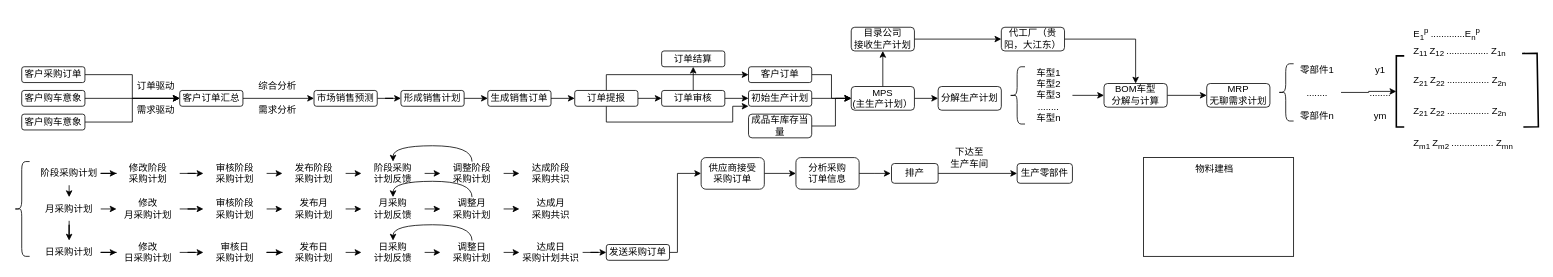
Earlier version of the draw.io diagram mes+erp.drawio (yudar1024/drawio). Source tidied: cells renumbered, new cells numbered last; positions are measured from the earlier drawing's top-left corner, leaving out a move shared by most shapes. Both pictures are drawn from the tidied source at 79%, with x=0, y=0 at pixel (13, 13).
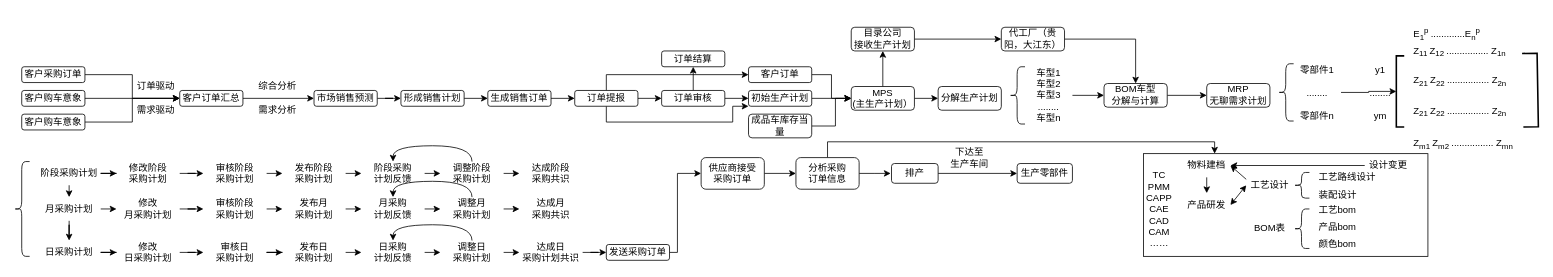
After the change.

The change refers to these unchanged cells:
```xml
<mxCell id="111" value="分析采购&lt;br&gt;订单信息" style="rounded=1;whiteSpace=wrap;html=1;fontSize=12;glass=0;strokeWidth=1;shadow=0;" parent="1" vertex="1">
  <mxGeometry x="990" y="182" width="80" height="40" as="geometry" />
</mxCell>
```

Change to the diagram source:
```diff
@@
+    <mxCell id="118" style="edgeStyle=orthogonalEdgeStyle;rounded=0;jettySize=auto;html=1;exitX=0.5;exitY=0;exitDx=0;exitDy=0;entryX=0.25;entryY=0;entryDx=0;entryDy=0;" parent="1" edge="1" source="111" target="116">
+      <mxGeometry relative="1" as="geometry" />
+    </mxCell>
@@
     <mxCell id="116" style="rounded=0;whiteSpace=wrap;html=1;" parent="1" vertex="1">
-      <mxGeometry x="1430" y="182" width="190" height="125" as="geometry" />
+      <mxGeometry x="1430" y="177" width="360" height="130" as="geometry" />
     </mxCell>
+    <mxCell id="119" style="edgeStyle=orthogonalEdgeStyle;rounded=0;jettySize=auto;html=1;exitX=0.5;exitY=1;exitDx=0;exitDy=0;entryX=0.5;entryY=0;entryDx=0;entryDy=0;" parent="1" edge="1" source="117" target="121">
+      <mxGeometry relative="1" as="geometry" />
+    </mxCell>
     <mxCell id="117" value="物料建档" style="text;html=1;strokeColor=none;fillColor=none;align=center;verticalAlign=middle;whiteSpace=wrap;rounded=0;" parent="1" vertex="1">
-      <mxGeometry x="1490" y="182" width="60" height="30" as="geometry" />
+      <mxGeometry x="1480" y="177" width="60" height="30" as="geometry" />
     </mxCell>
+    <mxCell id="120" value="TC&lt;br&gt;PMM&lt;br&gt;CAPP&lt;br&gt;CAE&lt;br&gt;CAD&lt;br&gt;CAM&lt;br&gt;……" style="text;html=1;strokeColor=none;fillColor=none;align=center;verticalAlign=middle;whiteSpace=wrap;rounded=0;" parent="1" vertex="1">
+      <mxGeometry x="1420" y="197" width="60" height="100" as="geometry" />
+    </mxCell>
+    <mxCell id="121" value="产品研发" style="text;html=1;strokeColor=none;fillColor=none;align=center;verticalAlign=middle;whiteSpace=wrap;rounded=0;" parent="1" vertex="1">
+      <mxGeometry x="1480" y="227" width="60" height="30" as="geometry" />
+    </mxCell>
+    <mxCell id="122" value="工艺设计" style="text;html=1;strokeColor=none;fillColor=none;align=center;verticalAlign=middle;whiteSpace=wrap;rounded=0;" parent="1" vertex="1">
+      <mxGeometry x="1560" y="202" width="60" height="30" as="geometry" />
+    </mxCell>
+    <mxCell id="123" style="endArrow=classic;html=1;rounded=0;entryX=1;entryY=0.5;entryDx=0;entryDy=0;exitX=0;exitY=0.25;exitDx=0;exitDy=0;" parent="1" edge="1" source="122" target="117">
+      <mxGeometry relative="1" as="geometry" />
+    </mxCell>
+    <mxCell id="124" style="endArrow=classic;startArrow=classic;html=1;rounded=0;entryX=0;entryY=0.5;entryDx=0;entryDy=0;exitX=1;exitY=0.5;exitDx=0;exitDy=0;" parent="1" edge="1" source="121" target="122">
+      <mxGeometry relative="1" as="geometry" />
+    </mxCell>
+    <mxCell id="125" style="edgeStyle=orthogonalEdgeStyle;rounded=0;jettySize=auto;html=1;exitX=0;exitY=0.5;exitDx=0;exitDy=0;entryX=1;entryY=0.5;entryDx=0;entryDy=0;" parent="1" edge="1" source="126" target="117">
+      <mxGeometry relative="1" as="geometry" />
+    </mxCell>
+    <mxCell id="126" value="设计变更" style="text;html=1;strokeColor=none;fillColor=none;align=center;verticalAlign=middle;whiteSpace=wrap;rounded=0;" parent="1" vertex="1">
+      <mxGeometry x="1710" y="177" width="60" height="30" as="geometry" />
+    </mxCell>
+    <mxCell id="127" style="shape=curlyBracket;whiteSpace=wrap;html=1;rounded=1;labelPosition=left;verticalLabelPosition=middle;align=right;verticalAlign=middle;" parent="1" vertex="1">
+      <mxGeometry x="1620" y="200.8" width="20" height="32.5" as="geometry" />
+    </mxCell>
+    <mxCell id="128" value="工艺路线设计" style="text;html=1;strokeColor=none;fillColor=none;align=left;verticalAlign=middle;whiteSpace=wrap;rounded=0;" parent="1" vertex="1">
+      <mxGeometry x="1650" y="192" width="80" height="30" as="geometry" />
+    </mxCell>
+    <mxCell id="129" value="装配设计" style="text;html=1;strokeColor=none;fillColor=none;align=left;verticalAlign=middle;whiteSpace=wrap;rounded=0;" parent="1" vertex="1">
+      <mxGeometry x="1650" y="214.5" width="80" height="30" as="geometry" />
+    </mxCell>
+    <mxCell id="130" value="BOM表" style="text;html=1;strokeColor=none;fillColor=none;align=center;verticalAlign=middle;whiteSpace=wrap;rounded=0;" parent="1" vertex="1">
+      <mxGeometry x="1560" y="257" width="60" height="30" as="geometry" />
+    </mxCell>
+    <mxCell id="131" style="shape=curlyBracket;whiteSpace=wrap;html=1;rounded=1;labelPosition=left;verticalLabelPosition=middle;align=right;verticalAlign=middle;" parent="1" vertex="1">
+      <mxGeometry x="1620" y="247" width="20" height="50" as="geometry" />
+    </mxCell>
+    <mxCell id="132" value="工艺bom" style="text;html=1;strokeColor=none;fillColor=none;align=left;verticalAlign=middle;whiteSpace=wrap;rounded=0;" parent="1" vertex="1">
+      <mxGeometry x="1650" y="233.2" width="60" height="30" as="geometry" />
+    </mxCell>
+    <mxCell id="133" value="产品bom&lt;br&gt;" style="text;html=1;strokeColor=none;fillColor=none;align=left;verticalAlign=middle;whiteSpace=wrap;rounded=0;" parent="1" vertex="1">
+      <mxGeometry x="1650" y="254.5" width="60" height="30" as="geometry" />
+    </mxCell>
+    <mxCell id="134" value="颜色bom" style="text;html=1;strokeColor=none;fillColor=none;align=left;verticalAlign=middle;whiteSpace=wrap;rounded=0;" parent="1" vertex="1">
+      <mxGeometry x="1650" y="277" width="60" height="30" as="geometry" />
+    </mxCell>
```
